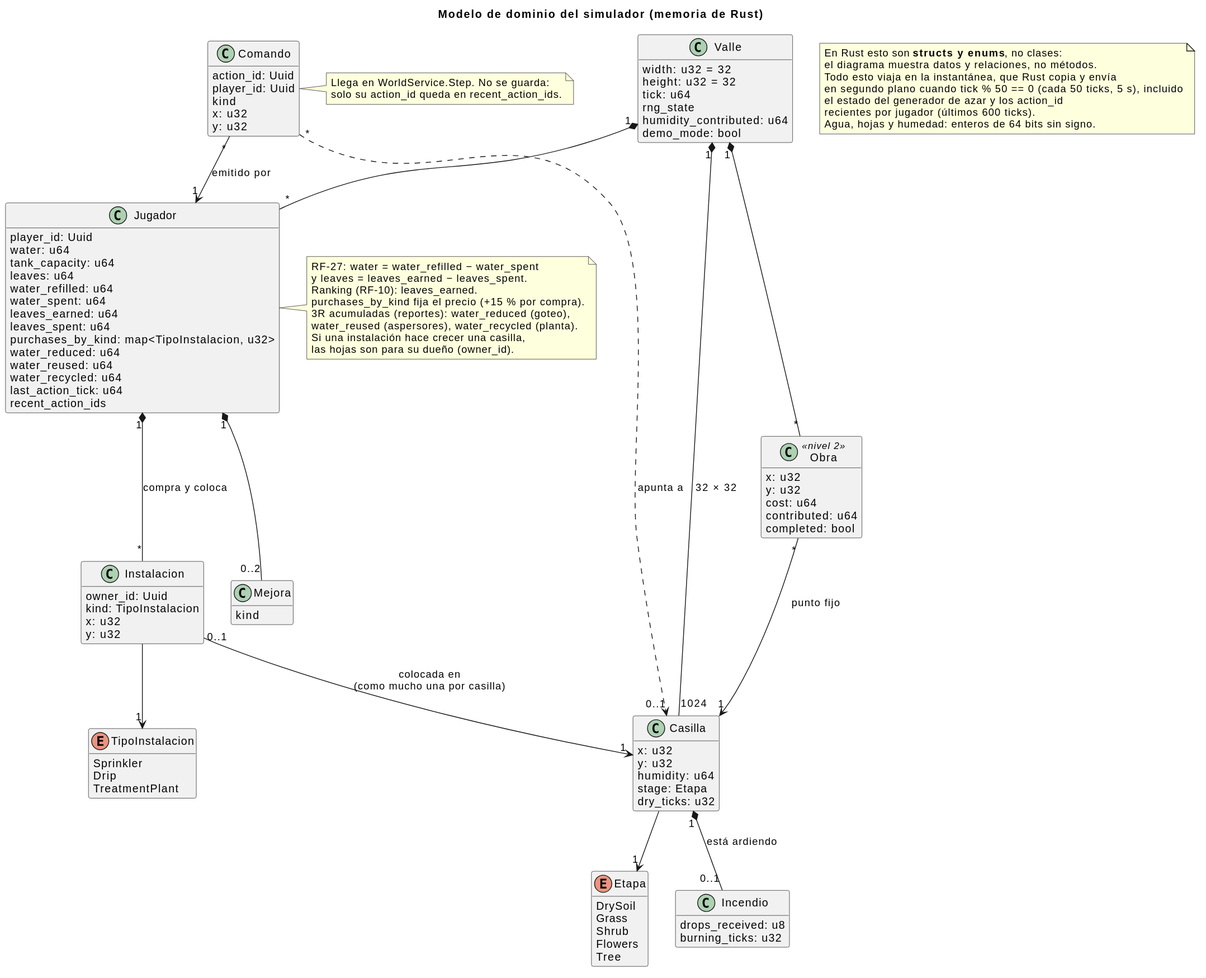
Earlier version of the PlantUML export docs/diagrams/06-dominio-simulador.svg (iadev2005/hydrovalley).
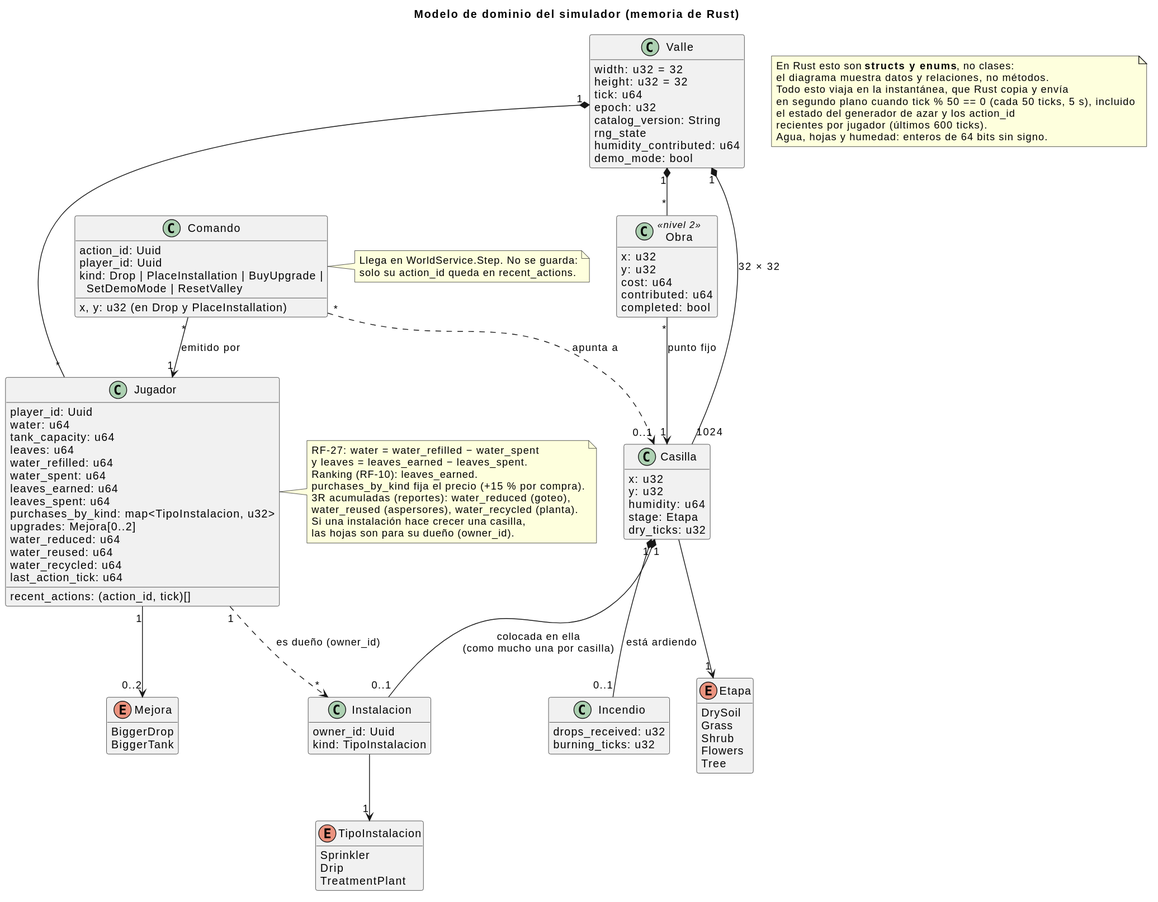
After the change.

The edit, as a diff of the source:
```diff
@@ -6,6 +6,8 @@
   width: u32 = 32
   height: u32 = 32
   tick: u64
+  epoch: u32
+  catalog_version: String
   rng_state
   humidity_contributed: u64
   demo_mode: bool
@@ -37,18 +39,17 @@
   leaves_earned: u64
   leaves_spent: u64
   purchases_by_kind: map<TipoInstalacion, u32>
+  upgrades: Mejora[0..2]
   water_reduced: u64
   water_reused: u64
   water_recycled: u64
   last_action_tick: u64
-  recent_action_ids
+  recent_actions: (action_id, tick)[]
 }
 
 class Instalacion {
   owner_id: Uuid
   kind: TipoInstalacion
-  x: u32
-  y: u32
 }
 
 enum TipoInstalacion {
@@ -57,20 +58,20 @@
   TreatmentPlant
 }
 
-class Mejora {
-  kind
+enum Mejora {
+  BiggerDrop
+  BiggerTank
 }
 
 class Comando {
   action_id: Uuid
   player_id: Uuid
-  kind
-  x: u32
-  y: u32
+  kind: Drop | PlaceInstallation | BuyUpgrade |\n  SetDemoMode | ResetValley
+  x, y: u32 (en Drop y PlaceInstallation)
 }
 
 class Incendio {
-  drops_received: u8
+  drops_received: u32
   burning_ticks: u32
 }
 
@@ -86,10 +87,10 @@
 Valle "1" *-- "*" Jugador
 Casilla --> "1" Etapa
 Casilla "1" *-- "0..1" Incendio : está ardiendo
-Jugador "1" *-- "*" Instalacion : compra y coloca
+Jugador "1" ..> "*" Instalacion : es dueño (owner_id)
 Instalacion --> "1" TipoInstalacion
-Instalacion "0..1" --> "1" Casilla : colocada en\n(como mucho una por casilla)
-Jugador "1" *-- "0..2" Mejora
+Casilla "1" *-- "0..1" Instalacion : colocada en ella\n(como mucho una por casilla)
+Jugador "1" --> "0..2" Mejora
 Comando "*" --> "1" Jugador : emitido por
 Comando "*" ..> "0..1" Casilla : apunta a
 Valle "1" *-- "*" Obra
@@ -118,6 +119,6 @@
 
 note right of Comando
   Llega en WorldService.Step. No se guarda:
-  solo su action_id queda en recent_action_ids.
+  solo su action_id queda en recent_actions.
 end note
 @enduml
```
